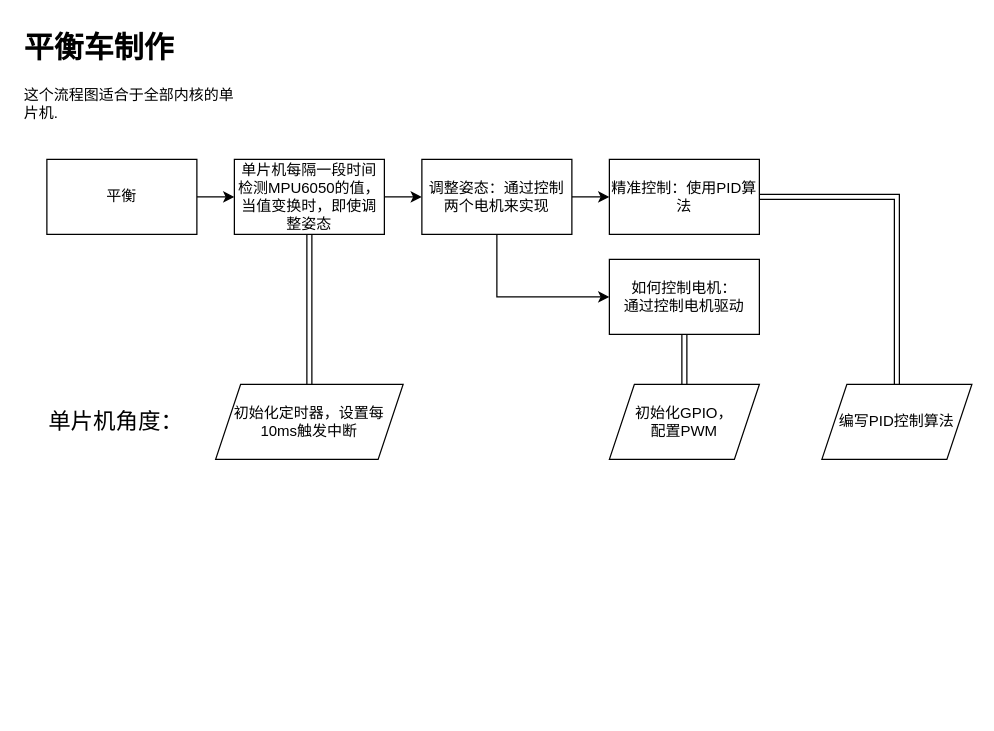
The draw.io diagram 流程图/平衡车.drawio in mlhua/hua, before the edit. Source tidied: cells renumbered, new cells numbered last; positions are measured from the earlier drawing's top-left corner, leaving out a move shared by most shapes. Both pictures are drawn from the tidied source at 125%, with x=0, y=0 at pixel (21, 21).
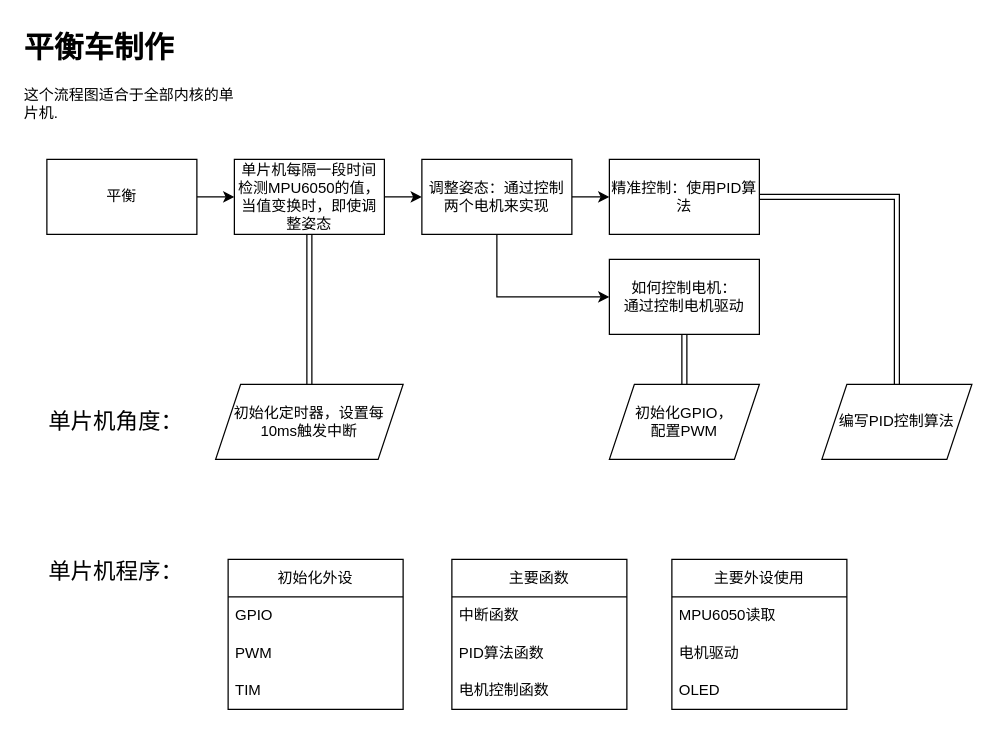
The same page after the edit.

Commit message (it also covers changes not shown here):
更新平衡车.drawio

What changed in the source:
```diff
@@
+    <mxCell id="19" value="&lt;font style=&quot;font-size: 18px;&quot;&gt;单片机程序：&lt;/font&gt;" style="text;html=1;align=center;verticalAlign=middle;strokeColor=none;fillColor=none;" parent="1" vertex="1">
+      <mxGeometry x="10" y="420" width="130" height="40" as="geometry" />
+    </mxCell>
+    <mxCell id="20" value="初始化外设" style="swimlane;fontStyle=0;horizontal=1;startSize=30;whiteSpace=wrap;html=1;" parent="1" vertex="1">
+      <mxGeometry x="165" y="430" width="140" height="120" as="geometry" />
+    </mxCell>
+    <mxCell id="21" value="GPIO" style="text;strokeColor=none;fillColor=none;align=left;verticalAlign=middle;spacingLeft=4;spacingRight=4;overflow=hidden;whiteSpace=wrap;html=1;" parent="20" vertex="1">
+      <mxGeometry y="30" width="140" height="30" as="geometry" />
+    </mxCell>
+    <mxCell id="22" value="PWM" style="text;strokeColor=none;fillColor=none;align=left;verticalAlign=middle;spacingLeft=4;spacingRight=4;overflow=hidden;whiteSpace=wrap;html=1;" parent="20" vertex="1">
+      <mxGeometry y="60" width="140" height="30" as="geometry" />
+    </mxCell>
+    <mxCell id="23" value="TIM" style="text;strokeColor=none;fillColor=none;align=left;verticalAlign=middle;spacingLeft=4;spacingRight=4;overflow=hidden;whiteSpace=wrap;html=1;" parent="20" vertex="1">
+      <mxGeometry y="90" width="140" height="30" as="geometry" />
+    </mxCell>
+    <mxCell id="24" value="主要函数" style="swimlane;fontStyle=0;horizontal=1;startSize=30;whiteSpace=wrap;html=1;" parent="1" vertex="1">
+      <mxGeometry x="344" y="430" width="140" height="120" as="geometry" />
+    </mxCell>
+    <mxCell id="25" value="中断函数" style="text;strokeColor=none;fillColor=none;align=left;verticalAlign=middle;spacingLeft=4;spacingRight=4;overflow=hidden;whiteSpace=wrap;html=1;" parent="24" vertex="1">
+      <mxGeometry y="30" width="140" height="30" as="geometry" />
+    </mxCell>
+    <mxCell id="26" value="PID算法函数" style="text;strokeColor=none;fillColor=none;align=left;verticalAlign=middle;spacingLeft=4;spacingRight=4;overflow=hidden;whiteSpace=wrap;html=1;" parent="24" vertex="1">
+      <mxGeometry y="60" width="140" height="30" as="geometry" />
+    </mxCell>
+    <mxCell id="27" value="电机控制函数" style="text;strokeColor=none;fillColor=none;align=left;verticalAlign=middle;spacingLeft=4;spacingRight=4;overflow=hidden;whiteSpace=wrap;html=1;" parent="24" vertex="1">
+      <mxGeometry y="90" width="140" height="30" as="geometry" />
+    </mxCell>
+    <mxCell id="28" value="主要外设使用" style="swimlane;fontStyle=0;horizontal=1;startSize=30;whiteSpace=wrap;html=1;" parent="1" vertex="1">
+      <mxGeometry x="520" y="430" width="140" height="120" as="geometry" />
+    </mxCell>
+    <mxCell id="29" value="MPU6050读取" style="text;strokeColor=none;fillColor=none;align=left;verticalAlign=middle;spacingLeft=4;spacingRight=4;overflow=hidden;whiteSpace=wrap;html=1;" parent="28" vertex="1">
+      <mxGeometry y="30" width="140" height="30" as="geometry" />
+    </mxCell>
+    <mxCell id="30" value="电机驱动" style="text;strokeColor=none;fillColor=none;align=left;verticalAlign=middle;spacingLeft=4;spacingRight=4;overflow=hidden;whiteSpace=wrap;html=1;" parent="28" vertex="1">
+      <mxGeometry y="60" width="140" height="30" as="geometry" />
+    </mxCell>
+    <mxCell id="31" value="OLED" style="text;strokeColor=none;fillColor=none;align=left;verticalAlign=middle;spacingLeft=4;spacingRight=4;overflow=hidden;whiteSpace=wrap;html=1;" parent="28" vertex="1">
+      <mxGeometry y="90" width="140" height="30" as="geometry" />
+    </mxCell>
```
